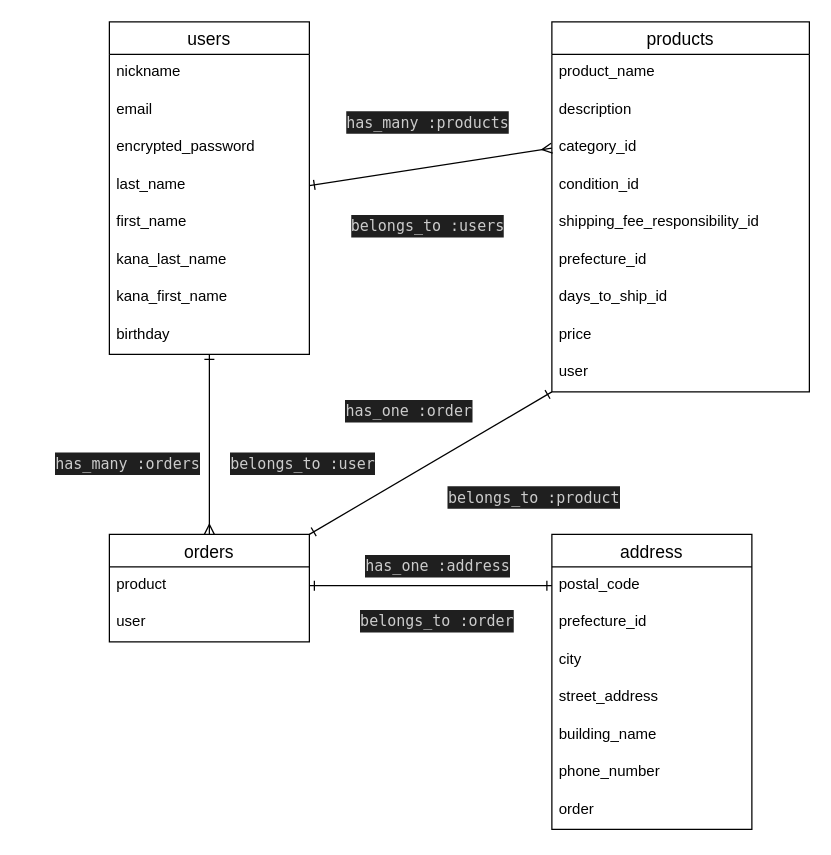
Before: furima.dio in aaoaao0205/furima-39625, a draw.io diagram. Source tidied: cells renumbered, new cells numbered last; positions are measured from the earlier drawing's top-left corner, leaving out a move shared by most shapes. Both pictures are drawn from the tidied source at 125%, with x=0, y=0 at pixel (21, 21).
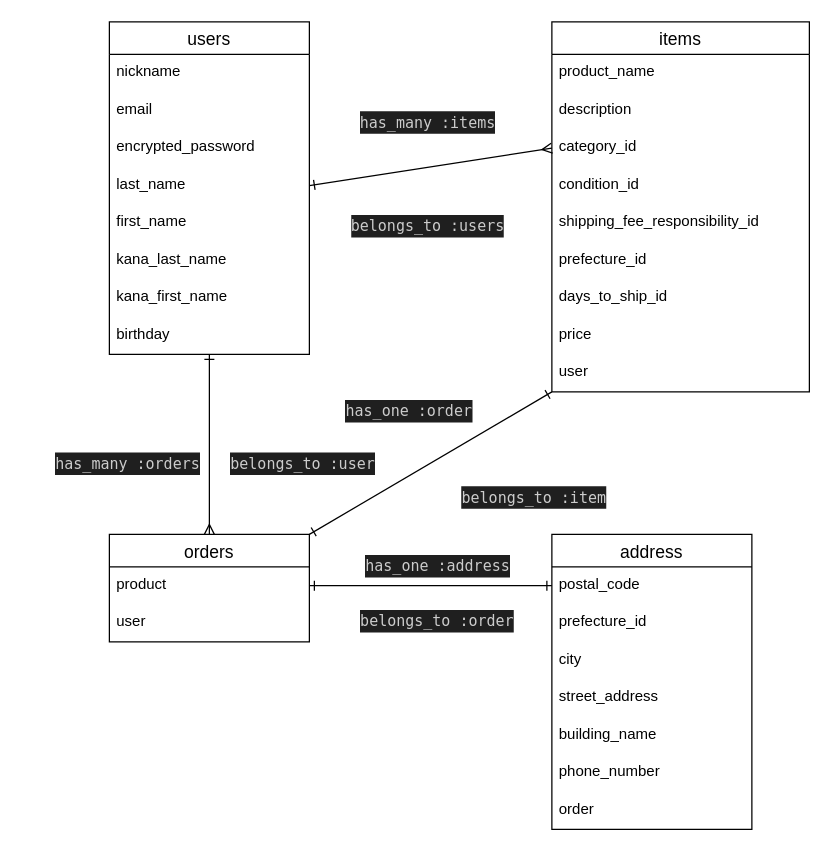
The same diagram, later.

What changed in the source:
```diff
@@
-    <mxCell id="11" value="products" style="swimlane;fontStyle=0;horizontal=1;startSize=26;align=center;fontSize=14;" parent="1" vertex="1">
+    <mxCell id="11" value="items" style="swimlane;fontStyle=0;horizontal=1;startSize=26;align=center;fontSize=14;" parent="1" vertex="1">
       <mxGeometry x="424" width="206" height="296" as="geometry" />
     </mxCell>
@@
-    <mxCell id="26" value="&lt;div style=&quot;color: rgb(204, 204, 204); background-color: rgb(31, 31, 31); font-family: Menlo, Monaco, &amp;quot;Courier New&amp;quot;, monospace; line-height: 18px;&quot;&gt;has_many :products&lt;/div&gt;" style="text;html=1;strokeColor=none;fillColor=none;align=center;verticalAlign=middle;whiteSpace=wrap;rounded=0;" parent="1" vertex="1">
+    <mxCell id="26" value="&lt;div style=&quot;color: rgb(204, 204, 204); background-color: rgb(31, 31, 31); font-family: Menlo, Monaco, &amp;quot;Courier New&amp;quot;, monospace; line-height: 18px;&quot;&gt;has_many :items&lt;/div&gt;" style="text;html=1;strokeColor=none;fillColor=none;align=center;verticalAlign=middle;whiteSpace=wrap;rounded=0;" parent="1" vertex="1">
       <mxGeometry x="240" y="60" width="170" height="40" as="geometry" />
     </mxCell>
@@
-    <mxCell id="41" value="&lt;div style=&quot;color: rgb(204, 204, 204); background-color: rgb(31, 31, 31); font-family: Menlo, Monaco, &amp;quot;Courier New&amp;quot;, monospace; line-height: 18px;&quot;&gt;belongs_to :product&lt;/div&gt;" style="text;html=1;strokeColor=none;fillColor=none;align=center;verticalAlign=middle;whiteSpace=wrap;rounded=0;" parent="1" vertex="1">
+    <mxCell id="41" value="&lt;div style=&quot;color: rgb(204, 204, 204); background-color: rgb(31, 31, 31); font-family: Menlo, Monaco, &amp;quot;Courier New&amp;quot;, monospace; line-height: 18px;&quot;&gt;belongs_to :item&lt;/div&gt;" style="text;html=1;strokeColor=none;fillColor=none;align=center;verticalAlign=middle;whiteSpace=wrap;rounded=0;" parent="1" vertex="1">
       <mxGeometry x="320" y="370" width="180" height="20" as="geometry" />
     </mxCell>
```
